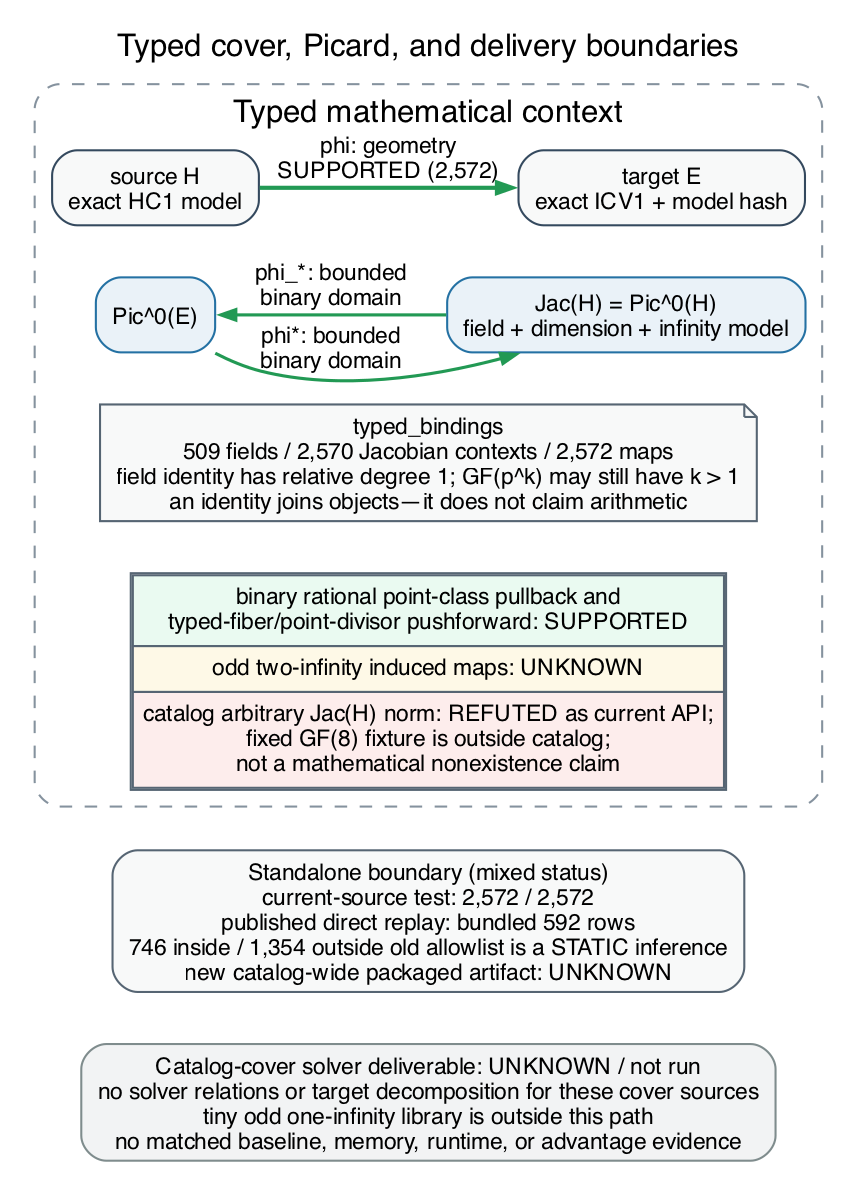
Above: research/cover_transfer_assessment_20261013/typed_transfer_context.png in isogeny-labs/crypto (Graphviz), before the change. Its source is kept beside it as research/cover_transfer_assessment_20261013/typed_transfer_context.dot.
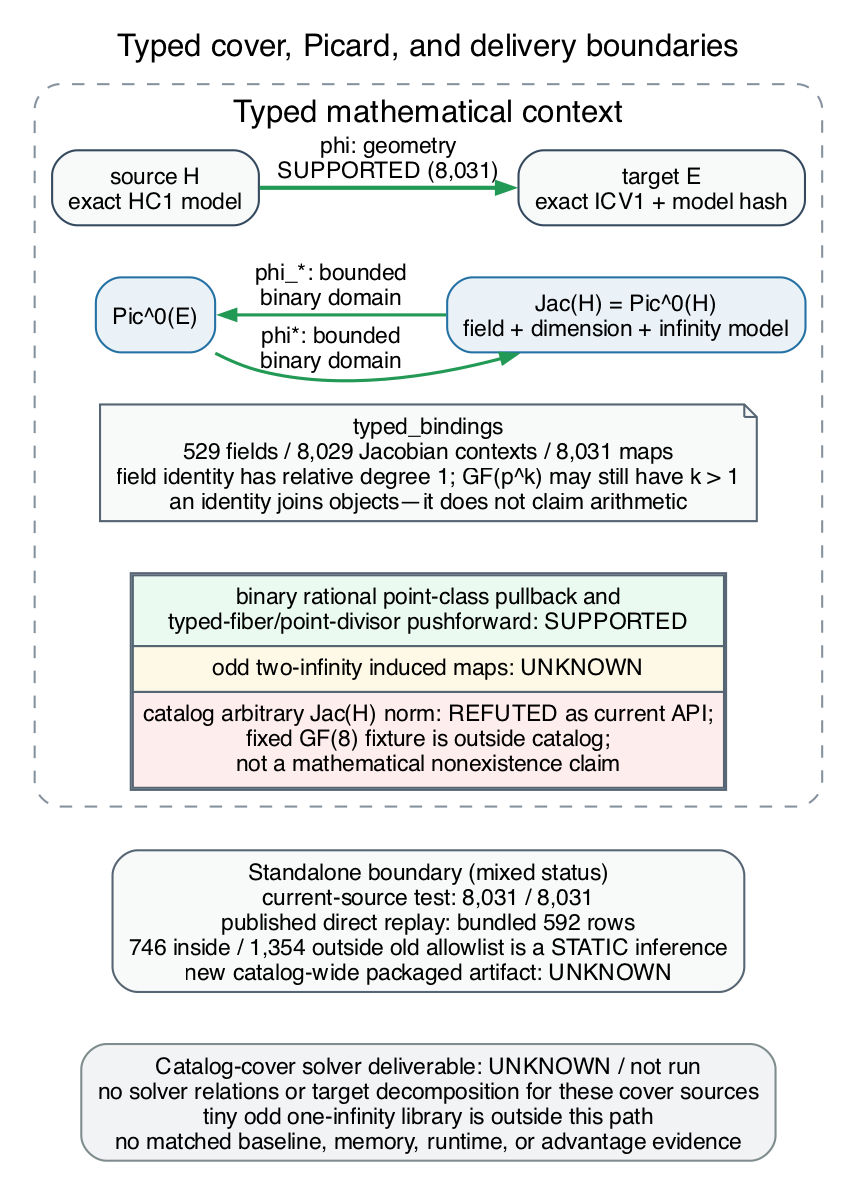
Later version of the same file.

What changed in the source:
```diff
@@ -25,7 +25,7 @@
     jac_h [label="Jac(H) = Pic^0(H)\nfield + dimension + infinity model", fillcolor="#eaf2f8", color="#2471a3"];
 
     binding_note [
-      label="typed_bindings\n509 fields / 2,570 Jacobian contexts / 2,572 maps\nfield identity has relative degree 1; GF(p^k) may still have k > 1\nan identity joins objects—it does not claim arithmetic",
+      label="typed_bindings\n529 fields / 8,029 Jacobian contexts / 8,031 maps\nfield identity has relative degree 1; GF(p^k) may still have k > 1\nan identity joins objects—it does not claim arithmetic",
       shape=note,
       fillcolor="#f8f9f9",
       color="#566573"
@@ -43,7 +43,7 @@
 
     { rank=same; source_h; target_e; }
     { rank=same; pic_e; jac_h; }
-    source_h -> target_e [label="phi: geometry\nSUPPORTED (2,572)", color="#229954", penwidth=2];
+    source_h -> target_e [label="phi: geometry\nSUPPORTED (8,031)", color="#229954", penwidth=2];
     pic_e -> jac_h [label="phi*: bounded\nbinary domain", color="#229954", penwidth=1.5];
     jac_h -> pic_e [label="phi_*: bounded\nbinary domain", color="#229954", penwidth=1.5, constraint=false];
     source_h -> pic_e [style="invis", weight=50];
@@ -54,7 +54,7 @@
   }
 
   package [
-    label="Standalone boundary (mixed status)\ncurrent-source test: 2,572 / 2,572\npublished direct replay: bundled 592 rows\n746 inside / 1,354 outside old allowlist is a STATIC inference\nnew catalog-wide packaged artifact: UNKNOWN",
+    label="Standalone boundary (mixed status)\ncurrent-source test: 8,031 / 8,031\npublished direct replay: bundled 592 rows\n746 inside / 1,354 outside old allowlist is a STATIC inference\nnew catalog-wide packaged artifact: UNKNOWN",
     fillcolor="#f8f9f9",
     color="#566573"
   ];
```
